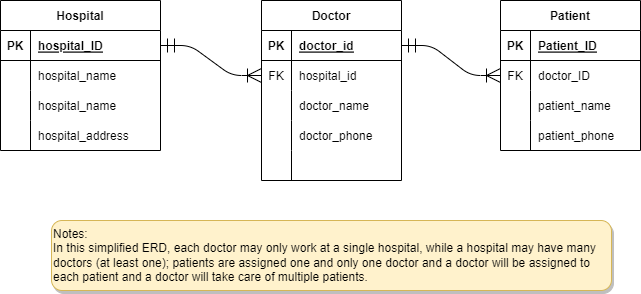
Earlier version of the draw.io export datamanipulation/erd-hospital.png (teacher-mrdv/ict-coding). Source tidied: cells renumbered, new cells last; positions are measured from the earlier drawing's top-left corner, leaving out a move shared by most shapes.
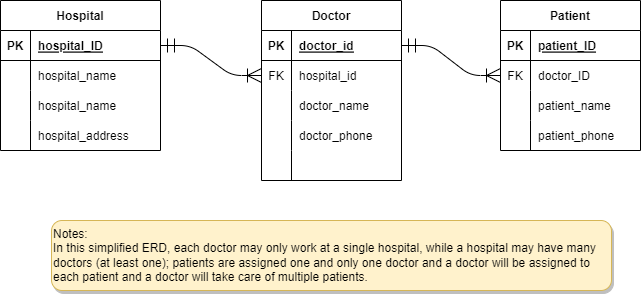
Later version of the same file.

Diff of the diagram source:
```diff
@@ -65,7 +65,7 @@
     <mxCell id="22" value="PK" style="shape=partialRectangle;overflow=hidden;fillColor=none;top=0;left=0;bottom=0;right=0;fontStyle=1;" parent="21" vertex="1">
       <mxGeometry width="30" height="30" as="geometry" />
     </mxCell>
-    <mxCell id="23" value="Patient_ID" style="shape=partialRectangle;overflow=hidden;fillColor=none;top=0;left=0;bottom=0;right=0;align=left;spacingLeft=6;fontStyle=5;" parent="21" vertex="1">
+    <mxCell id="23" value="patient_ID" style="shape=partialRectangle;overflow=hidden;fillColor=none;top=0;left=0;bottom=0;right=0;align=left;spacingLeft=6;fontStyle=5;" parent="21" vertex="1">
       <mxGeometry x="30" width="110" height="30" as="geometry" />
     </mxCell>
     <mxCell id="24" style="shape=partialRectangle;fillColor=none;points=[[0,0.5],[1,0.5]];portConstraint=eastwest;top=0;left=0;right=0;bottom=0;" parent="20" vertex="1">
```
